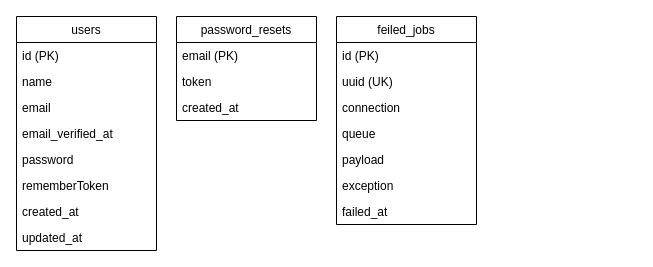
Before: document/entity-relationship-diagram/physical-model.drawio in KonoLevel1/mental-record, a draw.io diagram. Source tidied: cells renumbered, new cells numbered last; positions are measured from the earlier drawing's top-left corner, leaving out a move shared by most shapes. Both pictures are drawn from the tidied source at 100%, with x=0, y=0 at pixel (16, 16).
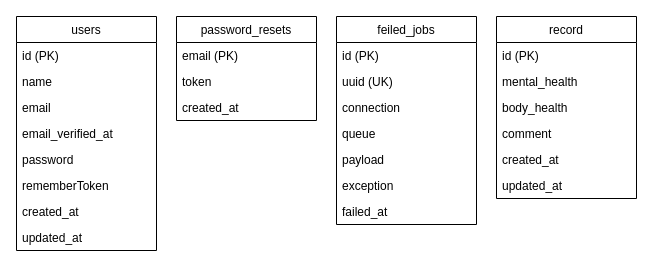
The same diagram, later.

Commit message:
ER図にレコードテーブルを追加

Change to the diagram source:
```diff
@@
+    <mxCell id="23" value="record" style="swimlane;fontStyle=0;horizontal=1;startSize=26;fillColor=none;" parent="1" vertex="1">
+      <mxGeometry x="480" width="140" height="182" as="geometry" />
+    </mxCell>
+    <mxCell id="24" value="id (PK)" style="text;strokeColor=none;fillColor=none;align=left;verticalAlign=top;spacingLeft=4;spacingRight=4;overflow=hidden;" parent="23" vertex="1">
+      <mxGeometry y="26" width="140" height="26" as="geometry" />
+    </mxCell>
+    <mxCell id="25" value="mental_health" style="text;strokeColor=none;fillColor=none;align=left;verticalAlign=top;spacingLeft=4;spacingRight=4;overflow=hidden;" parent="23" vertex="1">
+      <mxGeometry y="52" width="140" height="26" as="geometry" />
+    </mxCell>
+    <mxCell id="26" value="body_health" style="text;strokeColor=none;fillColor=none;align=left;verticalAlign=top;spacingLeft=4;spacingRight=4;overflow=hidden;" parent="23" vertex="1">
+      <mxGeometry y="78" width="140" height="26" as="geometry" />
+    </mxCell>
+    <mxCell id="27" value="comment" style="text;strokeColor=none;fillColor=none;align=left;verticalAlign=top;spacingLeft=4;spacingRight=4;overflow=hidden;" parent="23" vertex="1">
+      <mxGeometry y="104" width="140" height="26" as="geometry" />
+    </mxCell>
+    <mxCell id="28" value="created_at" style="text;strokeColor=none;fillColor=none;align=left;verticalAlign=top;spacingLeft=4;spacingRight=4;overflow=hidden;" parent="23" vertex="1">
+      <mxGeometry y="130" width="140" height="26" as="geometry" />
+    </mxCell>
+    <mxCell id="29" value="updated_at" style="text;strokeColor=none;fillColor=none;align=left;verticalAlign=top;spacingLeft=4;spacingRight=4;overflow=hidden;" parent="23" vertex="1">
+      <mxGeometry y="156" width="140" height="26" as="geometry" />
+    </mxCell>
```
